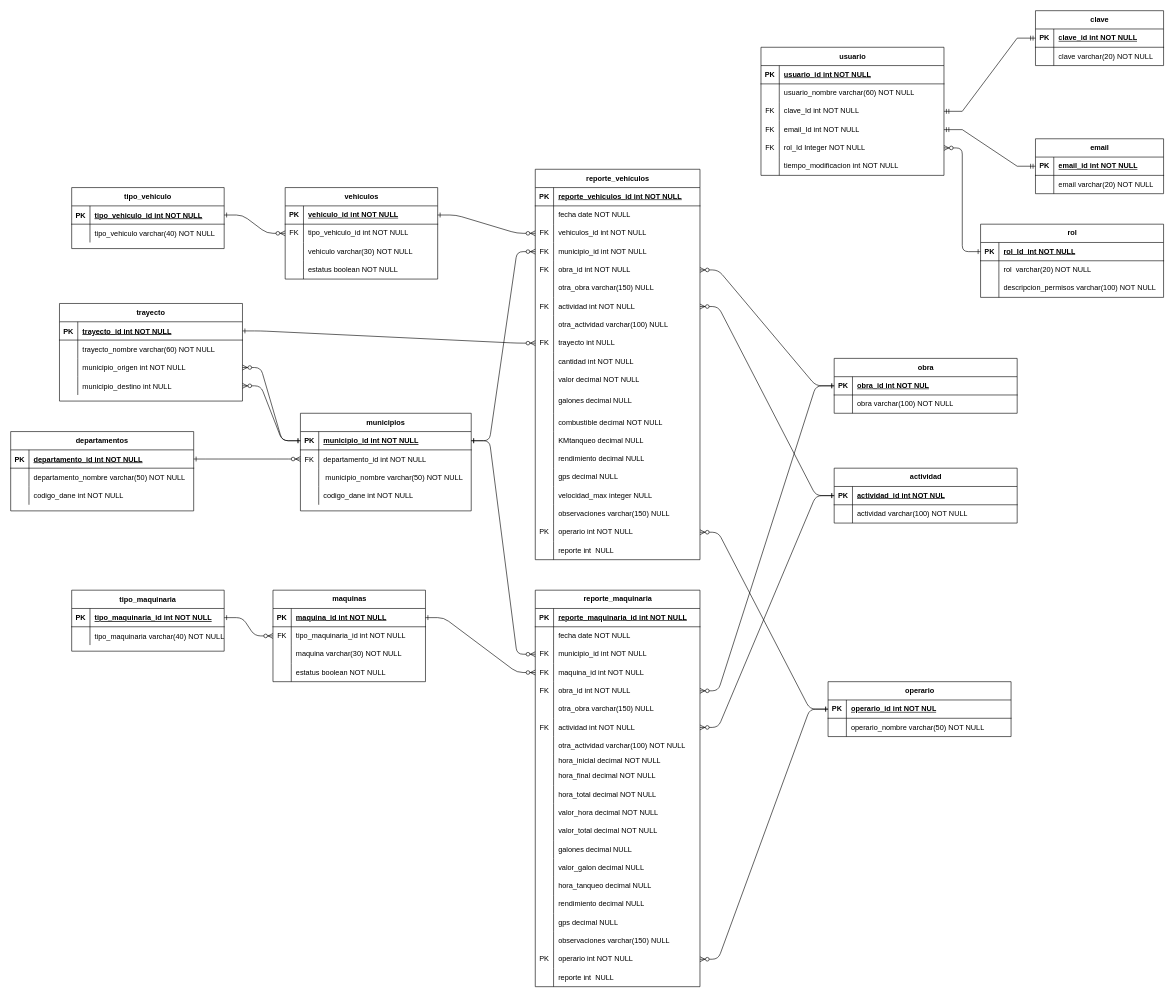
Above: MER/gestionMaquinaria&Vehiculos.drawio in MasacradorM/Gestion-de-Maquinaria-y-Vehiculos (draw.io), before the change. Source tidied: cells renumbered, new cells numbered last; positions are measured from the earlier drawing's top-left corner, leaving out a move shared by most shapes. Both pictures are drawn from the tidied source at 61%, with x=0, y=0 at pixel (10, 10).
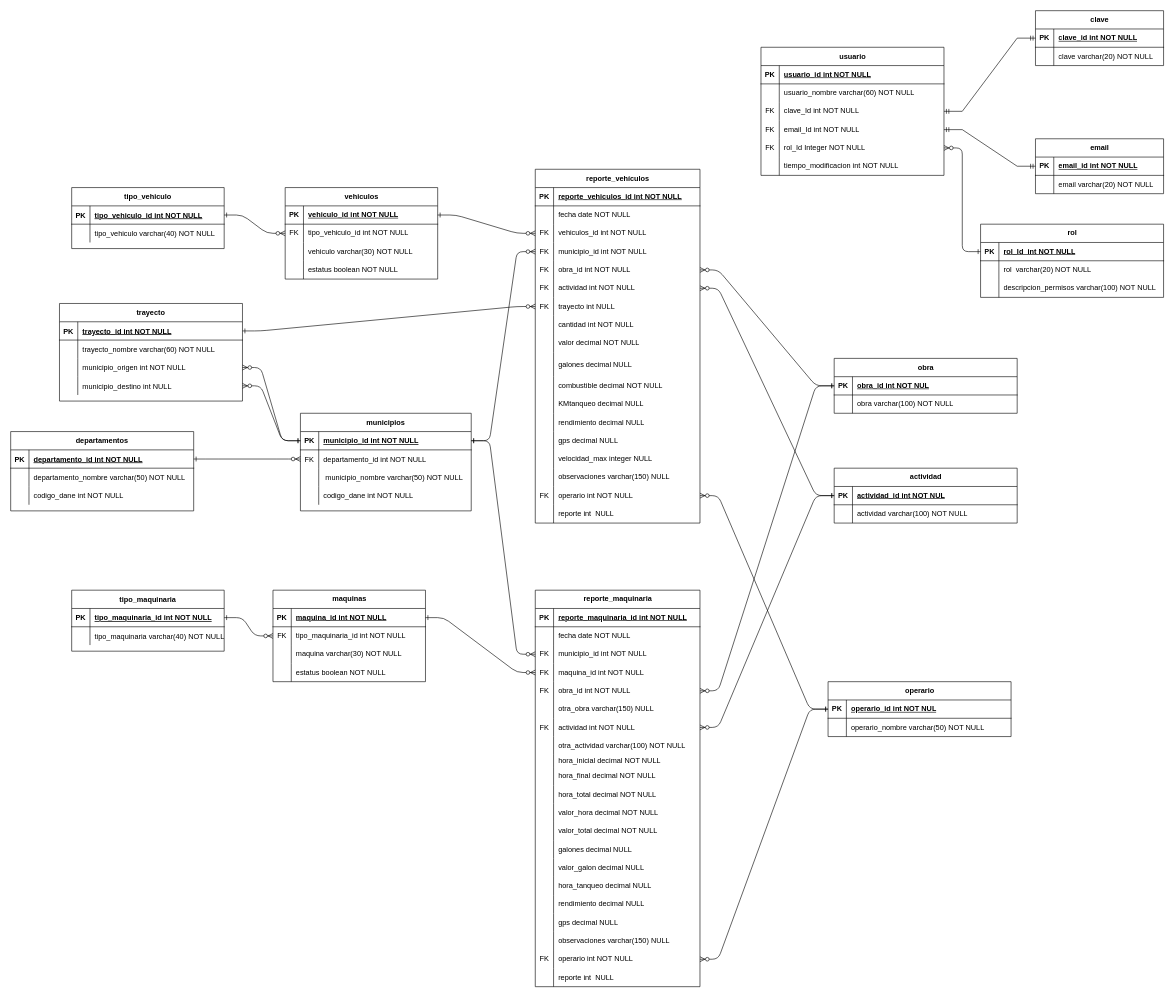
The same page after the edit.

The change refers to these unchanged cells:
```xml
<mxCell id="105" style="shape=tableRow;horizontal=0;startSize=0;swimlaneHead=0;swimlaneBody=0;fillColor=none;points=[[0,0.5],[1,0.5]];portConstraint=eastwest;top=0;left=0;right=0;bottom=0;" parent="47" vertex="1">
  <mxGeometry y="590" width="270" height="30" as="geometry" />
</mxCell>
```

Change to the diagram source:
```diff
@@
-    <mxCell id="106" value="PK" style="shape=partialRectangle;fillColor=none;top=0;left=0;bottom=0;right=0;overflow=hidden;whiteSpace=wrap;html=1;" parent="105" vertex="1">
+    <mxCell id="106" value="FK" style="shape=partialRectangle;fillColor=none;top=0;left=0;bottom=0;right=0;overflow=hidden;whiteSpace=wrap;html=1;" parent="105" vertex="1">
       <mxGeometry width="30" height="30" as="geometry" />
     </mxCell>
@@
     <mxCell id="113" value="reporte_vehículos" style="shape=table;startSize=30;childLayout=tableLayout;rowLines=0;fontStyle=1;align=center;html=1;" parent="1" vertex="1">
-      <mxGeometry x="860" y="260" width="270" height="640" as="geometry" />
+      <mxGeometry x="860" y="260" width="270" height="580" as="geometry" />
     </mxCell>
@@
-    <mxCell id="129" style="shape=tableRow;horizontal=0;startSize=0;swimlaneHead=0;swimlaneBody=0;fillColor=none;top=0;left=0;right=0;bottom=0;" parent="113" vertex="1">
-      <mxGeometry y="180" width="270" height="30" as="geometry" />
-    </mxCell>
-    <mxCell id="130" style="shape=partialRectangle;fillColor=none;top=0;left=0;bottom=0;right=0;overflow=hidden;whiteSpace=wrap;html=1;" parent="129" vertex="1">
-      <mxGeometry width="30" height="30" as="geometry" />
-    </mxCell>
-    <mxCell id="131" value="otra_obra varchar(150) NULL" style="shape=partialRectangle;fillColor=none;top=0;left=0;bottom=0;right=0;align=left;spacingLeft=6;overflow=hidden;whiteSpace=wrap;html=1;" parent="129" vertex="1">
-      <mxGeometry x="30" width="240" height="30" as="geometry" />
-    </mxCell>
     <mxCell id="132" style="shape=tableRow;horizontal=0;startSize=0;swimlaneHead=0;swimlaneBody=0;fillColor=none;points=[[0,0.5],[1,0.5]];portConstraint=eastwest;top=0;left=0;right=0;bottom=0;" parent="113" vertex="1">
-      <mxGeometry y="210" width="270" height="30" as="geometry" />
+      <mxGeometry y="180" width="270" height="30" as="geometry" />
     </mxCell>
@@
-    <mxCell id="135" style="shape=tableRow;horizontal=0;startSize=0;swimlaneHead=0;swimlaneBody=0;fillColor=none;top=0;left=0;right=0;bottom=0;" parent="113" vertex="1">
-      <mxGeometry y="240" width="270" height="30" as="geometry" />
-    </mxCell>
-    <mxCell id="136" style="shape=partialRectangle;fillColor=none;top=0;left=0;bottom=0;right=0;overflow=hidden;whiteSpace=wrap;html=1;" parent="135" vertex="1">
-      <mxGeometry width="30" height="30" as="geometry" />
-    </mxCell>
-    <mxCell id="137" value="otra_actividad varchar(100) NULL" style="shape=partialRectangle;fillColor=none;top=0;left=0;bottom=0;right=0;align=left;spacingLeft=6;overflow=hidden;whiteSpace=wrap;html=1;" parent="135" vertex="1">
-      <mxGeometry x="30" width="240" height="30" as="geometry" />
-    </mxCell>
     <mxCell id="138" style="shape=tableRow;horizontal=0;startSize=0;swimlaneHead=0;swimlaneBody=0;fillColor=none;points=[[0,0.5],[1,0.5]];portConstraint=eastwest;top=0;left=0;right=0;bottom=0;" parent="113" vertex="1">
-      <mxGeometry y="270" width="270" height="30" as="geometry" />
+      <mxGeometry y="210" width="270" height="30" as="geometry" />
     </mxCell>
@@
     <mxCell id="141" style="shape=tableRow;horizontal=0;startSize=0;swimlaneHead=0;swimlaneBody=0;fillColor=none;top=0;left=0;right=0;bottom=0;" parent="113" vertex="1">
-      <mxGeometry y="300" width="270" height="30" as="geometry" />
+      <mxGeometry y="240" width="270" height="30" as="geometry" />
     </mxCell>
@@
     <mxCell id="144" style="shape=tableRow;horizontal=0;startSize=0;swimlaneHead=0;swimlaneBody=0;fillColor=none;top=0;left=0;right=0;bottom=0;" parent="113" vertex="1">
-      <mxGeometry y="330" width="270" height="30" as="geometry" />
+      <mxGeometry y="270" width="270" height="30" as="geometry" />
     </mxCell>
@@
     <mxCell id="147" style="shape=tableRow;horizontal=0;startSize=0;swimlaneHead=0;swimlaneBody=0;fillColor=none;top=0;left=0;right=0;bottom=0;" parent="113" vertex="1">
-      <mxGeometry y="360" width="270" height="40" as="geometry" />
+      <mxGeometry y="300" width="270" height="40" as="geometry" />
     </mxCell>
@@
     <mxCell id="150" style="shape=tableRow;horizontal=0;startSize=0;swimlaneHead=0;swimlaneBody=0;fillColor=none;top=0;left=0;right=0;bottom=0;" parent="113" vertex="1">
-      <mxGeometry y="400" width="270" height="30" as="geometry" />
+      <mxGeometry y="340" width="270" height="30" as="geometry" />
     </mxCell>
@@
     <mxCell id="153" style="shape=tableRow;horizontal=0;startSize=0;swimlaneHead=0;swimlaneBody=0;fillColor=none;top=0;left=0;right=0;bottom=0;" parent="113" vertex="1">
-      <mxGeometry y="430" width="270" height="30" as="geometry" />
+      <mxGeometry y="370" width="270" height="30" as="geometry" />
     </mxCell>
@@
     <mxCell id="156" style="shape=tableRow;horizontal=0;startSize=0;swimlaneHead=0;swimlaneBody=0;fillColor=none;top=0;left=0;right=0;bottom=0;" parent="113" vertex="1">
-      <mxGeometry y="460" width="270" height="30" as="geometry" />
+      <mxGeometry y="400" width="270" height="30" as="geometry" />
     </mxCell>
@@
     <mxCell id="159" style="shape=tableRow;horizontal=0;startSize=0;swimlaneHead=0;swimlaneBody=0;fillColor=none;top=0;left=0;right=0;bottom=0;" parent="113" vertex="1">
-      <mxGeometry y="490" width="270" height="30" as="geometry" />
+      <mxGeometry y="430" width="270" height="30" as="geometry" />
     </mxCell>
@@
     <mxCell id="162" style="shape=tableRow;horizontal=0;startSize=0;swimlaneHead=0;swimlaneBody=0;fillColor=none;top=0;left=0;right=0;bottom=0;" parent="113" vertex="1">
-      <mxGeometry y="520" width="270" height="30" as="geometry" />
+      <mxGeometry y="460" width="270" height="30" as="geometry" />
     </mxCell>
@@
     <mxCell id="165" style="shape=tableRow;horizontal=0;startSize=0;swimlaneHead=0;swimlaneBody=0;fillColor=none;top=0;left=0;right=0;bottom=0;" parent="113" vertex="1">
-      <mxGeometry y="550" width="270" height="30" as="geometry" />
+      <mxGeometry y="490" width="270" height="30" as="geometry" />
     </mxCell>
@@
     <mxCell id="168" style="shape=tableRow;horizontal=0;startSize=0;swimlaneHead=0;swimlaneBody=0;fillColor=none;points=[[0,0.5],[1,0.5]];portConstraint=eastwest;top=0;left=0;right=0;bottom=0;" parent="113" vertex="1">
-      <mxGeometry y="580" width="270" height="30" as="geometry" />
+      <mxGeometry y="520" width="270" height="30" as="geometry" />
     </mxCell>
-    <mxCell id="169" value="PK" style="shape=partialRectangle;fillColor=none;top=0;left=0;bottom=0;right=0;overflow=hidden;whiteSpace=wrap;html=1;" parent="168" vertex="1">
+    <mxCell id="169" value="FK" style="shape=partialRectangle;fillColor=none;top=0;left=0;bottom=0;right=0;overflow=hidden;whiteSpace=wrap;html=1;" parent="168" vertex="1">
       <mxGeometry width="30" height="30" as="geometry" />
     </mxCell>
@@
     <mxCell id="171" style="shape=tableRow;horizontal=0;startSize=0;swimlaneHead=0;swimlaneBody=0;fillColor=none;top=0;left=0;right=0;bottom=0;" parent="113" vertex="1">
-      <mxGeometry y="610" width="270" height="30" as="geometry" />
+      <mxGeometry y="550" width="270" height="30" as="geometry" />
     </mxCell>
```
